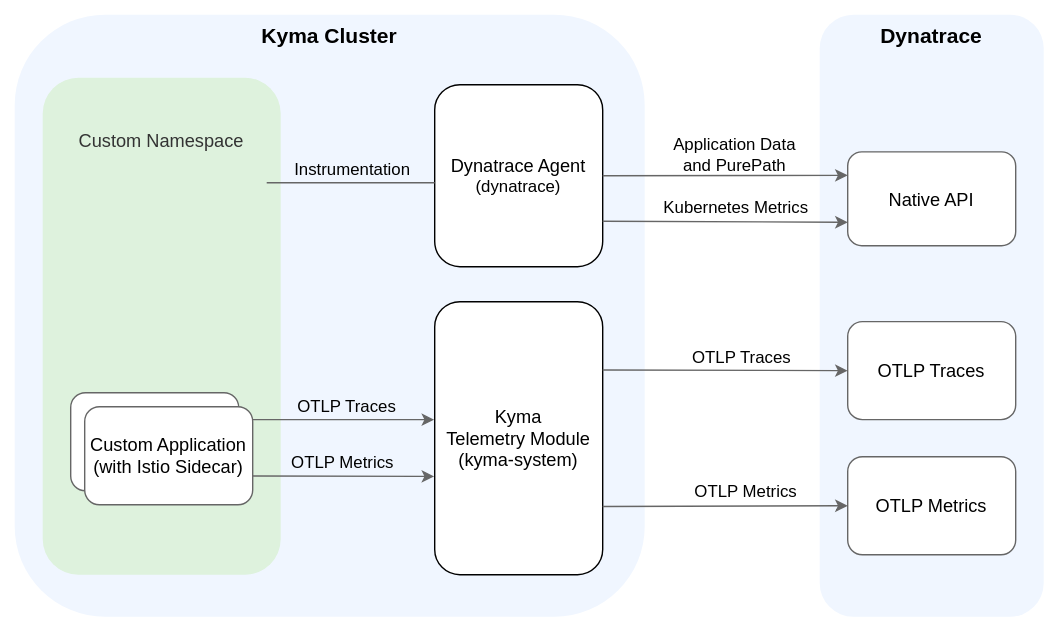
Above: docs/user/integration/assets/dynatrace.drawio.svg in kyma-project/telemetry-manager (draw.io), before the change. Source tidied: cells renumbered, new cells last; positions are measured from the earlier drawing's top-left corner, leaving out a move shared by most shapes.
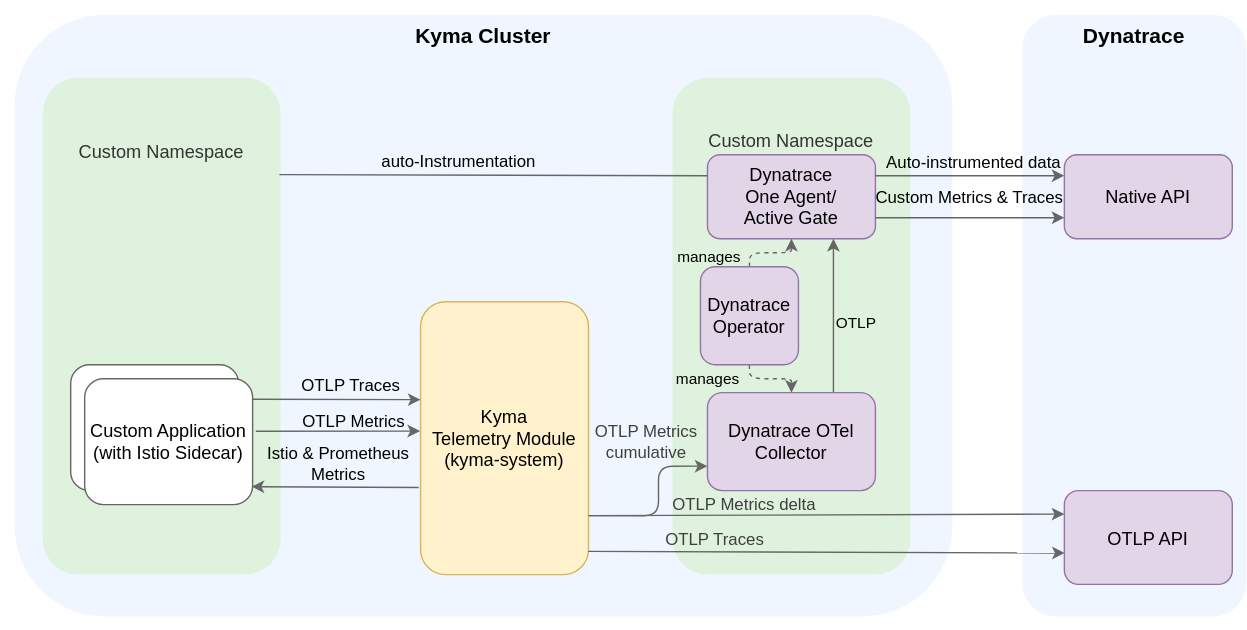
Later version of the same file.

Commit message:
docs: improved Dynatrace integration guide for metrics (#2596)

Change to the diagram source:
```diff
@@ -6,96 +6,146 @@
       <mxGeometry width="760" height="450" as="geometry" />
     </mxCell>
     <mxCell id="3" value="&lt;b&gt;&lt;font style=&quot;font-size: 15px;&quot;&gt;Kyma Cluster&lt;br&gt;&lt;/font&gt;&lt;/b&gt;" style="rounded=1;whiteSpace=wrap;html=1;fillColor=#F0F6FF;strokeColor=none;verticalAlign=top;" parent="1" vertex="1">
-      <mxGeometry x="10" y="10" width="450" height="430" as="geometry" />
+      <mxGeometry x="10" y="10" width="670" height="430" as="geometry" />
     </mxCell>
+    <mxCell id="28" value="&lt;font style=&quot;font-size: 13px;&quot;&gt;Custom Namespace&lt;br&gt;&lt;br&gt;&lt;br&gt;&lt;br&gt;&lt;br&gt;&lt;br&gt;&lt;br&gt;&lt;br&gt;&lt;br&gt;&lt;br&gt;&lt;br&gt;&lt;br&gt;&lt;br&gt;&lt;br&gt;&lt;br&gt;&lt;br&gt;&lt;br&gt;&lt;br&gt;&lt;/font&gt;" style="rounded=1;whiteSpace=wrap;html=1;fillColor=#DEF2DD;fontColor=#333333;strokeColor=none;" parent="1" vertex="1">
+      <mxGeometry x="480" y="55" width="170" height="355" as="geometry" />
+    </mxCell>
-    <mxCell id="4" value="&lt;font style=&quot;font-size: 13px;&quot;&gt;Custom Namespace&lt;br&gt;&lt;br&gt;&lt;br&gt;&lt;br&gt;&lt;br&gt;&lt;br&gt;&lt;br&gt;&lt;br&gt;&lt;br&gt;&lt;br&gt;&lt;br&gt;&lt;br&gt;&lt;br&gt;&lt;br&gt;&lt;br&gt;&lt;br&gt;&lt;br&gt;&lt;br&gt;&lt;/font&gt;" style="rounded=1;whiteSpace=wrap;html=1;fillColor=#DEF2DD;fontColor=#333333;strokeColor=none;" parent="1" vertex="1">
+    <mxCell id="4" value="&lt;font style=&quot;font-size: 13px;&quot;&gt;Custom Namespace&lt;br&gt;&lt;br&gt;&lt;br&gt;&lt;br&gt;&lt;br&gt;&lt;br&gt;&lt;br&gt;&lt;br&gt;&lt;br&gt;&lt;br&gt;&lt;br&gt;&lt;br&gt;&lt;br&gt;&lt;br&gt;&lt;br&gt;&lt;br&gt;&lt;br&gt;&lt;/font&gt;" style="rounded=1;whiteSpace=wrap;html=1;fillColor=#DEF2DD;fontColor=#333333;strokeColor=none;" parent="1" vertex="1">
       <mxGeometry x="30" y="55" width="170" height="355" as="geometry" />
     </mxCell>
-    <mxCell id="5" value="&lt;font style=&quot;font-size: 13px;&quot;&gt;Kyma &lt;br&gt;Telemetry Module&lt;br style=&quot;border-color: var(--border-color);&quot;&gt;(kyma-system)&lt;/font&gt;" style="rounded=1;whiteSpace=wrap;html=1;fillColor=#FFFFFF;strokeColor=default;" parent="1" vertex="1">
-      <mxGeometry x="310" y="215" width="120" height="195" as="geometry" />
+    <mxCell id="5" value="&lt;font style=&quot;font-size: 13px;&quot;&gt;Kyma &lt;br&gt;Telemetry Module&lt;br style=&quot;border-color: var(--border-color);&quot;&gt;(kyma-system)&lt;/font&gt;" style="rounded=1;whiteSpace=wrap;html=1;fillColor=#fff2cc;strokeColor=#d6b656;" parent="1" vertex="1">
+      <mxGeometry x="300" y="215" width="120" height="195" as="geometry" />
     </mxCell>
     <mxCell id="6" value="&lt;font style=&quot;font-size: 15px;&quot;&gt;&lt;b&gt;Dynatrace&lt;br&gt;&lt;/b&gt;&lt;/font&gt;" style="rounded=1;whiteSpace=wrap;html=1;fillColor=#F0F6FF;strokeColor=none;verticalAlign=top;" parent="1" vertex="1">
-      <mxGeometry x="585" y="10" width="160" height="430" as="geometry" />
+      <mxGeometry x="730" y="10" width="160" height="430" as="geometry" />
     </mxCell>
-    <mxCell id="7" style="edgeStyle=none;rounded=1;jettySize=auto;html=1;exitX=1;exitY=0.25;exitDx=0;exitDy=0;entryX=0;entryY=0.5;entryDx=0;entryDy=0;strokeColor=#666666;" parent="1" edge="1" source="5" target="8">
+    <mxCell id="7" style="edgeStyle=none;rounded=1;jettySize=auto;html=1;exitX=0.998;exitY=0.915;exitDx=0;exitDy=0;entryX=0.002;entryY=0.665;entryDx=0;entryDy=0;strokeColor=#666666;exitPerimeter=0;entryPerimeter=0;" parent="1" edge="1" source="5" target="39">
       <mxGeometry relative="1" as="geometry" />
     </mxCell>
-    <mxCell id="8" value="OTLP Traces" style="rounded=1;whiteSpace=wrap;html=1;fontSize=13;fontStyle=0;strokeColor=#666666;" parent="1" vertex="1">
-      <mxGeometry x="605" y="229.2" width="120" height="70" as="geometry" />
-    </mxCell>
-    <mxCell id="9" value="OTLP Metrics" style="rounded=1;whiteSpace=wrap;html=1;fontSize=13;fontStyle=0;strokeColor=#666666;" parent="1" vertex="1">
-      <mxGeometry x="605" y="325.8" width="120" height="70" as="geometry" />
-    </mxCell>
+    <mxCell id="29" value="&lt;span style=&quot;color: rgb(63, 63, 63); font-size: 12px;&quot;&gt;OTLP Traces&lt;/span&gt;" style="edgeLabel;html=1;align=center;verticalAlign=middle;labelBackgroundColor=none;" parent="7" vertex="1">
+      <mxGeometry x="-0.06" y="1" relative="1" as="geometry">
+        <mxPoint x="-70" y="-9" as="offset" />
+      </mxGeometry>
+    </mxCell>
-    <mxCell id="10" style="edgeStyle=none;rounded=1;jettySize=auto;html=1;exitX=0.985;exitY=0.275;exitDx=0;exitDy=0;entryX=-0.003;entryY=0.432;entryDx=0;entryDy=0;strokeColor=#666666;entryPerimeter=0;exitPerimeter=0;" parent="1" edge="1" source="14" target="5">
-      <mxGeometry relative="1" as="geometry" />
+    <mxCell id="10" style="edgeStyle=none;rounded=1;jettySize=auto;html=1;exitX=0.996;exitY=0.163;exitDx=0;exitDy=0;strokeColor=#666666;exitPerimeter=0;" parent="1" edge="1" source="26">
+      <mxGeometry relative="1" as="geometry">
+        <mxPoint x="300" y="285" as="targetPoint" />
+      </mxGeometry>
     </mxCell>
     <mxCell id="11" value="OTLP Traces" style="edgeLabel;html=1;align=center;verticalAlign=middle;labelBackgroundColor=none;fontStyle=0;fontSize=12;" parent="10" vertex="1">
       <mxGeometry x="-0.29" y="2" relative="1" as="geometry">
         <mxPoint x="28" y="-8" as="offset" />
       </mxGeometry>
     </mxCell>
-    <mxCell id="12" style="edgeStyle=none;rounded=1;jettySize=auto;html=1;exitX=1.004;exitY=0.849;exitDx=0;exitDy=0;strokeColor=#666666;exitPerimeter=0;entryX=-0.003;entryY=0.64;entryDx=0;entryDy=0;entryPerimeter=0;" parent="1" edge="1" source="14" target="5">
+    <mxCell id="12" style="edgeStyle=none;rounded=1;jettySize=auto;html=1;exitX=1.019;exitY=0.417;exitDx=0;exitDy=0;strokeColor=#666666;entryX=-0.003;entryY=0.474;entryDx=0;entryDy=0;entryPerimeter=0;exitPerimeter=0;" parent="1" edge="1" source="26" target="5">
       <mxGeometry relative="1" as="geometry" />
     </mxCell>
     <mxCell id="13" value="OTLP Metrics" style="edgeLabel;html=1;align=center;verticalAlign=middle;fontSize=12;fontStyle=0;labelBackgroundColor=none;" parent="12" vertex="1">
       <mxGeometry x="-0.1" y="2" relative="1" as="geometry">
-        <mxPoint x="10" y="-8" as="offset" />
+        <mxPoint x="16" y="-5" as="offset" />
       </mxGeometry>
     </mxCell>
     <mxCell id="14" style="rounded=1;whiteSpace=wrap;html=1;fontSize=13;fontStyle=0;strokeColor=#666666;" parent="1" vertex="1">
-      <mxGeometry x="50" y="280" width="120" height="70" as="geometry" />
+      <mxGeometry x="50" y="260" width="120" height="90" as="geometry" />
     </mxCell>
-    <mxCell id="15" value="&lt;span style=&quot;font-size: 13px;&quot;&gt;Dynatrace Agent&lt;br&gt;&lt;/span&gt;(dynatrace)" style="rounded=1;whiteSpace=wrap;html=1;fillColor=#FFFFFF;strokeColor=default;" parent="1" vertex="1">
-      <mxGeometry x="310" y="60" width="120" height="130" as="geometry" />
+    <mxCell id="15" value="&lt;span style=&quot;font-size: 13px;&quot;&gt;Dynatrace&lt;br&gt;One Agent/&lt;br&gt;Active Gate&lt;/span&gt;" style="rounded=1;whiteSpace=wrap;html=1;fillColor=#e1d5e7;strokeColor=#9673a6;" parent="1" vertex="1">
+      <mxGeometry x="505" y="110" width="120" height="60" as="geometry" />
     </mxCell>
-    <mxCell id="16" value="&lt;font style=&quot;font-size: 12px;&quot;&gt;OTLP Traces&lt;/font&gt;" style="edgeLabel;html=1;align=center;verticalAlign=middle;fontStyle=0;labelBackgroundColor=none;fontSize=12;" parent="1" vertex="1">
-      <mxGeometry x="527.9" y="257" as="geometry">
-        <mxPoint x="1" y="-3" as="offset" />
-      </mxGeometry>
-    </mxCell>
-    <mxCell id="17" value="&lt;font style=&quot;font-size: 12px;&quot;&gt;OTLP Metrics&lt;/font&gt;" style="edgeLabel;html=1;align=center;verticalAlign=middle;fontStyle=0;labelBackgroundColor=none;fontSize=12;" parent="1" vertex="1">
-      <mxGeometry x="529.9" y="350" as="geometry">
-        <mxPoint x="2" as="offset" />
-      </mxGeometry>
-    </mxCell>
-    <mxCell id="18" style="edgeStyle=none;rounded=1;jettySize=auto;html=1;exitX=1;exitY=0.75;exitDx=0;exitDy=0;entryX=0;entryY=0.5;entryDx=0;entryDy=0;strokeColor=#666666;" parent="1" edge="1" source="5" target="9">
+    <mxCell id="18" style="edgeStyle=none;rounded=1;jettySize=auto;html=1;entryX=0;entryY=0.25;entryDx=0;entryDy=0;strokeColor=#666666;exitX=1;exitY=0.784;exitDx=0;exitDy=0;exitPerimeter=0;" parent="1" edge="1" source="5" target="39">
       <mxGeometry relative="1" as="geometry" />
     </mxCell>
+    <mxCell id="30" value="&lt;span style=&quot;color: rgb(63, 63, 63); font-size: 12px;&quot;&gt;OTLP Metrics delta&lt;/span&gt;" style="edgeLabel;html=1;align=center;verticalAlign=middle;labelBackgroundColor=none;" parent="18" vertex="1">
+      <mxGeometry x="-0.49" relative="1" as="geometry">
+        <mxPoint x="24" y="-8" as="offset" />
+      </mxGeometry>
+    </mxCell>
     <mxCell id="19" style="edgeStyle=orthogonalEdgeStyle;rounded=0;orthogonalLoop=1;jettySize=auto;html=1;exitX=0.5;exitY=1;exitDx=0;exitDy=0;" parent="1" edge="1" source="5" target="5">
       <mxGeometry relative="1" as="geometry" />
     </mxCell>
-    <mxCell id="20" style="rounded=1;jettySize=auto;html=1;exitX=1;exitY=0.5;exitDx=0;exitDy=0;strokeColor=#666666;entryX=0;entryY=0.25;entryDx=0;entryDy=0;" parent="1" edge="1" source="15" target="27">
+    <mxCell id="20" style="rounded=1;jettySize=auto;html=1;exitX=1;exitY=0.25;exitDx=0;exitDy=0;strokeColor=#666666;entryX=0;entryY=0.25;entryDx=0;entryDy=0;" parent="1" edge="1" source="15" target="27">
       <mxGeometry relative="1" as="geometry" />
     </mxCell>
-    <mxCell id="21" value="Application Data&lt;br&gt;and PurePath" style="edgeLabel;html=1;align=center;verticalAlign=middle;fontStyle=0;labelBackgroundColor=none;fontSize=12;" parent="20" vertex="1">
+    <mxCell id="21" value="Auto-instrumented data" style="edgeLabel;html=1;align=center;verticalAlign=middle;fontStyle=0;labelBackgroundColor=none;fontSize=12;" parent="20" vertex="1">
       <mxGeometry x="0.22" y="2" relative="1" as="geometry">
-        <mxPoint x="-13" y="-13" as="offset" />
+        <mxPoint x="-13" y="-8" as="offset" />
       </mxGeometry>
     </mxCell>
-    <mxCell id="22" style="rounded=1;jettySize=auto;html=1;exitX=1;exitY=0.75;exitDx=0;exitDy=0;strokeColor=#666666;entryX=0;entryY=0.75;entryDx=0;entryDy=0;" parent="1" edge="1" source="15" target="27">
-      <mxGeometry relative="1" as="geometry" />
-    </mxCell>
-    <mxCell id="23" value="Kubernetes Metrics" style="edgeLabel;html=1;align=center;verticalAlign=middle;fontStyle=0;labelBackgroundColor=none;fontSize=12;" parent="22" vertex="1">
-      <mxGeometry x="0.22" y="2" relative="1" as="geometry">
-        <mxPoint x="-13" y="-8" as="offset" />
-      </mxGeometry>
-    </mxCell>
-    <mxCell id="24" style="edgeStyle=none;rounded=1;orthogonalLoop=1;jettySize=auto;html=1;exitX=0.985;exitY=0.275;exitDx=0;exitDy=0;strokeColor=#666666;exitPerimeter=0;endArrow=none;endFill=0;" parent="1" edge="1">
-      <mxGeometry relative="1" as="geometry">
-        <mxPoint x="190" y="130" as="sourcePoint" />
-        <mxPoint x="310" y="130" as="targetPoint" />
-      </mxGeometry>
+    <mxCell id="24" style="edgeStyle=none;rounded=1;jettySize=auto;html=1;exitX=0.995;exitY=0.195;exitDx=0;exitDy=0;strokeColor=#666666;exitPerimeter=0;endArrow=none;endFill=0;entryX=0;entryY=0.25;entryDx=0;entryDy=0;" parent="1" edge="1" source="4" target="15">
+      <mxGeometry relative="1" as="geometry" />
     </mxCell>
-    <mxCell id="25" value="Instrumentation" style="edgeLabel;html=1;align=center;verticalAlign=middle;labelBackgroundColor=none;fontStyle=0;fontSize=12;" parent="24" vertex="1">
+    <mxCell id="25" value="auto-Instrumentation" style="edgeLabel;html=1;align=center;verticalAlign=middle;labelBackgroundColor=none;fontStyle=0;fontSize=12;" parent="24" vertex="1">
       <mxGeometry x="-0.29" y="2" relative="1" as="geometry">
         <mxPoint x="18" y="-8" as="offset" />
       </mxGeometry>
     </mxCell>
     <mxCell id="26" value="Custom Application&lt;br&gt;(with Istio Sidecar)" style="rounded=1;whiteSpace=wrap;html=1;fontSize=13;fontStyle=0;strokeColor=#666666;" parent="1" vertex="1">
-      <mxGeometry x="60" y="290" width="120" height="70" as="geometry" />
+      <mxGeometry x="60" y="270" width="120" height="90" as="geometry" />
     </mxCell>
-    <mxCell id="27" value="Native API" style="rounded=1;whiteSpace=wrap;html=1;fontSize=13;fontStyle=0;strokeColor=#666666;" parent="1" vertex="1">
-      <mxGeometry x="605" y="108" width="120" height="67" as="geometry" />
+    <mxCell id="27" value="Native API" style="rounded=1;whiteSpace=wrap;html=1;fontSize=13;fontStyle=0;strokeColor=#9673a6;fillColor=#e1d5e7;" parent="1" vertex="1">
+      <mxGeometry x="760" y="110" width="120" height="60" as="geometry" />
     </mxCell>
+    <mxCell id="31" style="edgeStyle=none;html=1;exitX=0.75;exitY=0;exitDx=0;exitDy=0;entryX=0.75;entryY=1;entryDx=0;entryDy=0;strokeColor=#666666;" parent="1" edge="1" source="33" target="15">
+      <mxGeometry relative="1" as="geometry" />
+    </mxCell>
+    <mxCell id="32" value="OTLP" style="edgeLabel;html=1;align=center;verticalAlign=middle;labelBackgroundColor=none;" parent="31" vertex="1">
+      <mxGeometry x="0.11" y="-3" relative="1" as="geometry">
+        <mxPoint x="12" y="11" as="offset" />
+      </mxGeometry>
+    </mxCell>
+    <mxCell id="33" value="&lt;span style=&quot;font-size: 13px;&quot;&gt;Dynatrace OTel Collector&lt;/span&gt;" style="rounded=1;whiteSpace=wrap;html=1;fillColor=#e1d5e7;strokeColor=#9673a6;" parent="1" vertex="1">
+      <mxGeometry x="505" y="280" width="120" height="70" as="geometry" />
+    </mxCell>
+    <mxCell id="34" style="edgeStyle=orthogonalEdgeStyle;html=1;exitX=0.5;exitY=1;exitDx=0;exitDy=0;dashed=1;strokeColor=#666666;" parent="1" edge="1" source="38" target="33">
+      <mxGeometry relative="1" as="geometry" />
+    </mxCell>
+    <mxCell id="35" value="manages" style="edgeLabel;html=1;align=center;verticalAlign=middle;labelBackgroundColor=none;" parent="34" vertex="1">
+      <mxGeometry x="-0.1" y="1" relative="1" as="geometry">
+        <mxPoint x="-43" as="offset" />
+      </mxGeometry>
+    </mxCell>
+    <mxCell id="36" style="edgeStyle=orthogonalEdgeStyle;html=1;exitX=0.5;exitY=0;exitDx=0;exitDy=0;entryX=0.5;entryY=1;entryDx=0;entryDy=0;dashed=1;strokeColor=#666666;" parent="1" edge="1" source="38" target="15">
+      <mxGeometry relative="1" as="geometry" />
+    </mxCell>
+    <mxCell id="37" value="manages" style="edgeLabel;html=1;align=center;verticalAlign=middle;labelBackgroundColor=none;" parent="36" vertex="1">
+      <mxGeometry x="-0.2" y="-3" relative="1" as="geometry">
+        <mxPoint x="-40" y="-1" as="offset" />
+      </mxGeometry>
+    </mxCell>
+    <mxCell id="38" value="&lt;span style=&quot;font-size: 13px;&quot;&gt;Dynatrace Operator&lt;/span&gt;" style="rounded=1;whiteSpace=wrap;html=1;fillColor=#e1d5e7;strokeColor=#9673a6;" parent="1" vertex="1">
+      <mxGeometry x="500" y="190" width="70" height="70" as="geometry" />
+    </mxCell>
+    <mxCell id="39" value="OTLP API" style="rounded=1;whiteSpace=wrap;html=1;fontSize=13;fontStyle=0;strokeColor=#9673a6;fillColor=#e1d5e7;" parent="1" vertex="1">
+      <mxGeometry x="760" y="350" width="120" height="67" as="geometry" />
+    </mxCell>
+    <mxCell id="22" style="rounded=1;jettySize=auto;html=1;exitX=1;exitY=0.75;exitDx=0;exitDy=0;strokeColor=#666666;entryX=0;entryY=0.75;entryDx=0;entryDy=0;" parent="1" edge="1" source="15" target="27">
+      <mxGeometry relative="1" as="geometry" />
+    </mxCell>
+    <mxCell id="40" value="Custom Metrics &amp;amp; Traces" style="edgeLabel;html=1;align=center;verticalAlign=middle;fontStyle=0;labelBackgroundColor=none;fontSize=12;" parent="22" vertex="1">
+      <mxGeometry x="0.22" y="2" relative="1" as="geometry">
+        <mxPoint x="-16" y="-13" as="offset" />
+      </mxGeometry>
+    </mxCell>
+    <mxCell id="41" style="edgeStyle=none;rounded=1;jettySize=auto;html=1;exitX=-0.011;exitY=0.681;exitDx=0;exitDy=0;strokeColor=#666666;entryX=0.994;entryY=0.857;entryDx=0;entryDy=0;entryPerimeter=0;exitPerimeter=0;" parent="1" edge="1" source="5" target="26">
+      <mxGeometry relative="1" as="geometry" />
+    </mxCell>
+    <mxCell id="42" value="Istio &amp;amp; Prometheus&lt;br&gt;Metrics" style="edgeLabel;html=1;align=center;verticalAlign=middle;fontSize=12;fontStyle=0;labelBackgroundColor=none;" parent="41" vertex="1">
+      <mxGeometry x="-0.1" y="2" relative="1" as="geometry">
+        <mxPoint x="-5" y="-19" as="offset" />
+      </mxGeometry>
+    </mxCell>
+    <mxCell id="43" style="edgeStyle=orthogonalEdgeStyle;rounded=1;jettySize=auto;html=1;entryX=0;entryY=0.75;entryDx=0;entryDy=0;strokeColor=#666666;exitX=1;exitY=0.784;exitDx=0;exitDy=0;exitPerimeter=0;" parent="1" edge="1" source="5" target="33">
+      <mxGeometry relative="1" as="geometry">
+        <Array as="points">
+          <mxPoint x="470" y="368" />
+          <mxPoint x="470" y="333" />
+        </Array>
+      </mxGeometry>
+    </mxCell>
+    <mxCell id="44" value="&lt;span style=&quot;color: rgb(63, 63, 63); font-size: 12px;&quot;&gt;OTLP Metrics&lt;br&gt;cumulative&lt;/span&gt;" style="edgeLabel;html=1;align=center;verticalAlign=middle;labelBackgroundColor=none;" parent="43" vertex="1">
+      <mxGeometry x="0.25" y="2" relative="1" as="geometry">
+        <mxPoint x="-8" y="-28" as="offset" />
+      </mxGeometry>
+    </mxCell>
   </root>
 </mxGraphModel>
```
